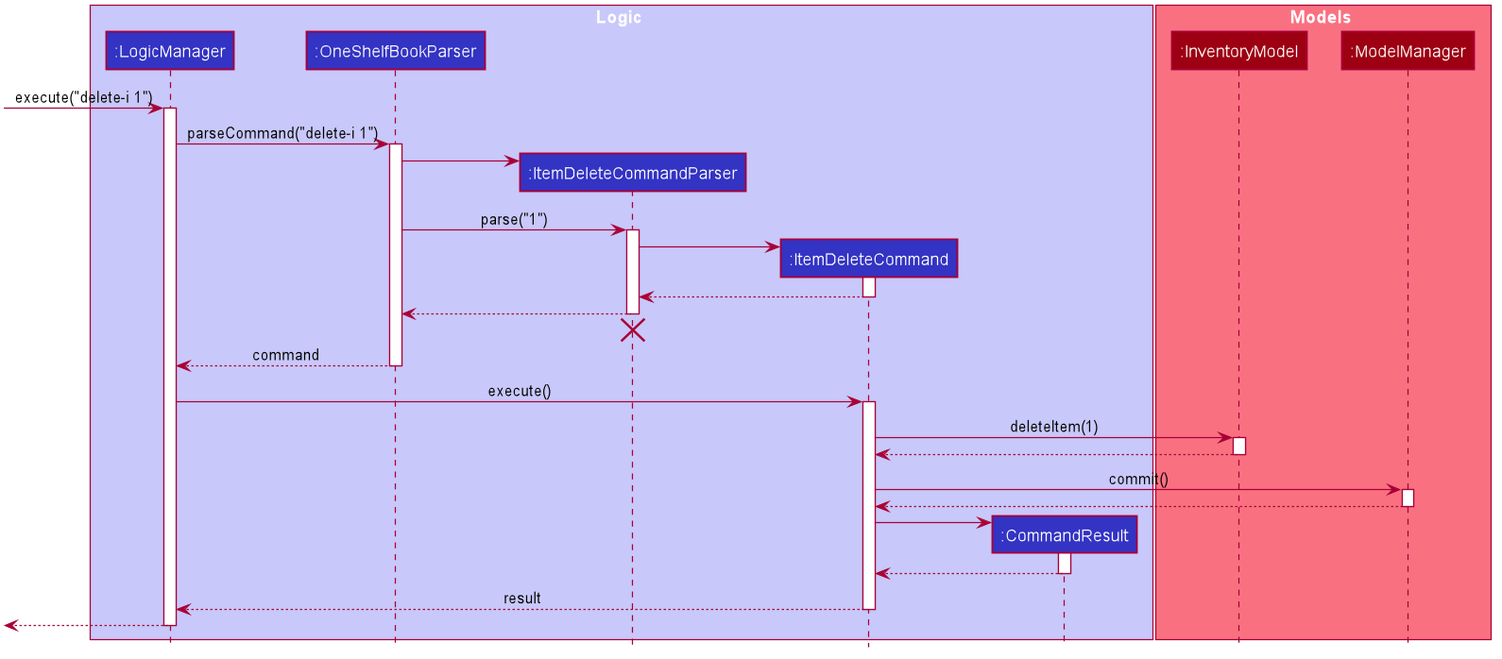
Earlier version of the PlantUML export docs/images/DeleteSequenceDiagram.png (nus-cs2103-AY2021S1/tp).
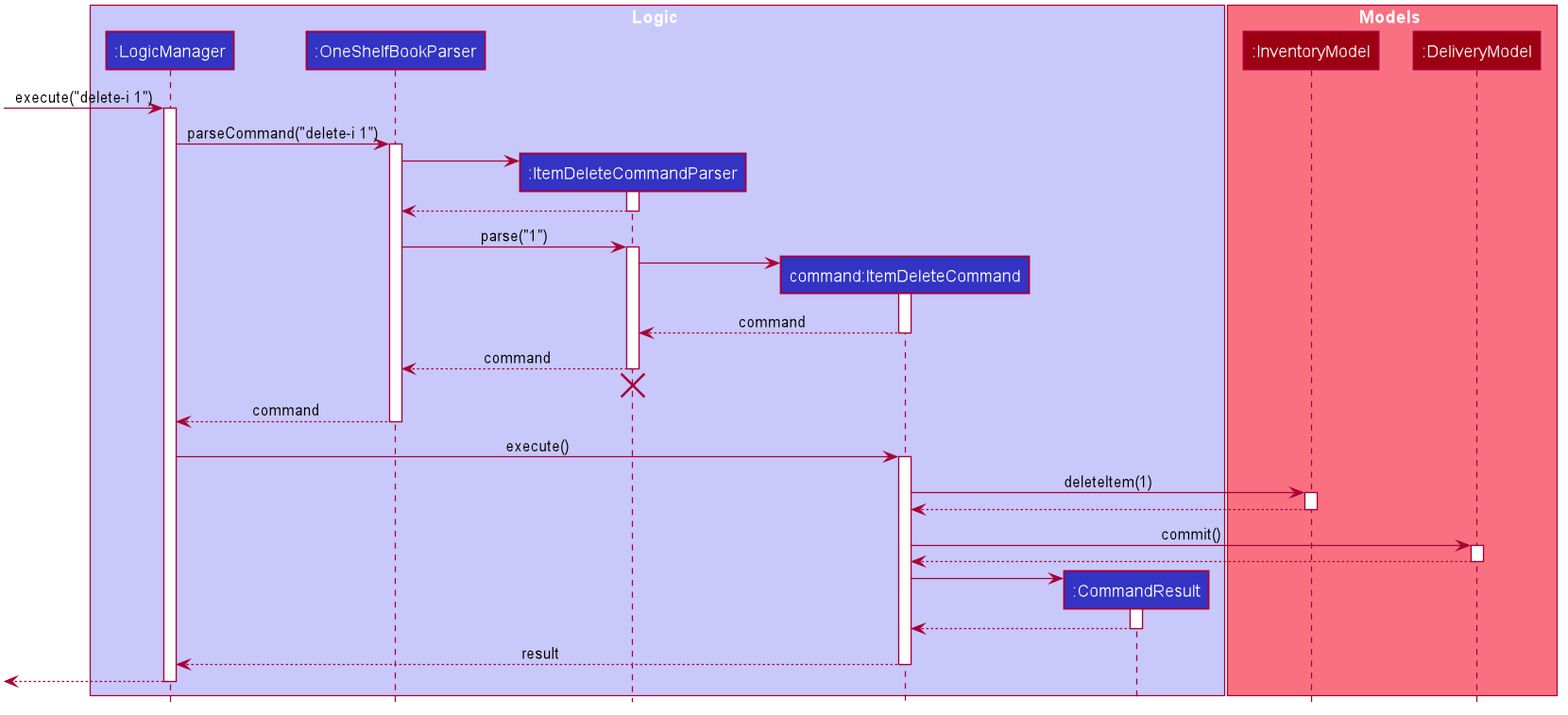
The same file after the commit.

Change to the diagram source:
```diff
@@ -52,13 +52,13 @@
 participant ":LogicManager" as LogicManager #3333C4
 participant ":OneShelfBookParser" as AddressBookParser #3333C4
 participant ":ItemDeleteCommandParser" as DeleteCommandParser #3333C4
-participant ":ItemDeleteCommand" as DeleteCommand #3333C4
+participant "command:ItemDeleteCommand" as DeleteCommand #3333C4
 participant ":CommandResult" as CommandResult #3333C4
 end box
 
 box Models #F97181
 participant ":InventoryModel" as Model #9D0012
-participant ":ModelManager" as ModelManager #9D0012
+participant ":DeliveryModel" as ModelManager #9D0012
 end box
 
 [-> LogicManager : execute("delete-i 1")
@@ -70,6 +70,9 @@
 create DeleteCommandParser
 AddressBookParser -> DeleteCommandParser
 
+activate DeleteCommandParser
+DeleteCommandParser --> AddressBookParser
+
 deactivate DeleteCommandParser
 
 AddressBookParser -> DeleteCommandParser : parse("1")
@@ -79,10 +82,10 @@
 DeleteCommandParser -> DeleteCommand
 activate DeleteCommand
 
-DeleteCommand --> DeleteCommandParser
+DeleteCommand --> DeleteCommandParser : command
 deactivate DeleteCommand
 
-DeleteCommandParser --> AddressBookParser
+DeleteCommandParser --> AddressBookParser : command
 deactivate DeleteCommandParser
 DeleteCommandParser -[hidden]-> AddressBookParser
 destroy DeleteCommandParser
```
